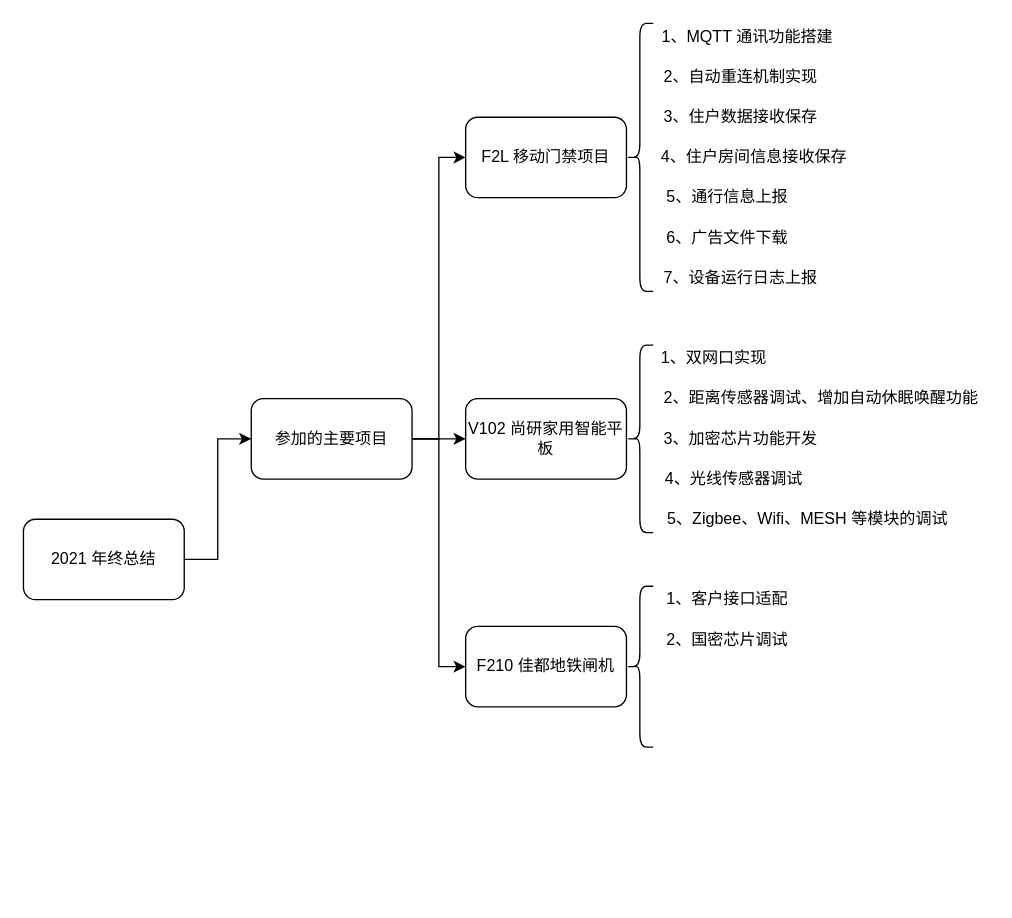
Before: 2021年终总结.drawio in kenllf/UML, a draw.io diagram. Source tidied: cells renumbered, new cells numbered last; positions are measured from the earlier drawing's top-left corner, leaving out a move shared by most shapes. Both pictures are drawn from the tidied source at 134%, with x=0, y=0 at pixel (23, 23).
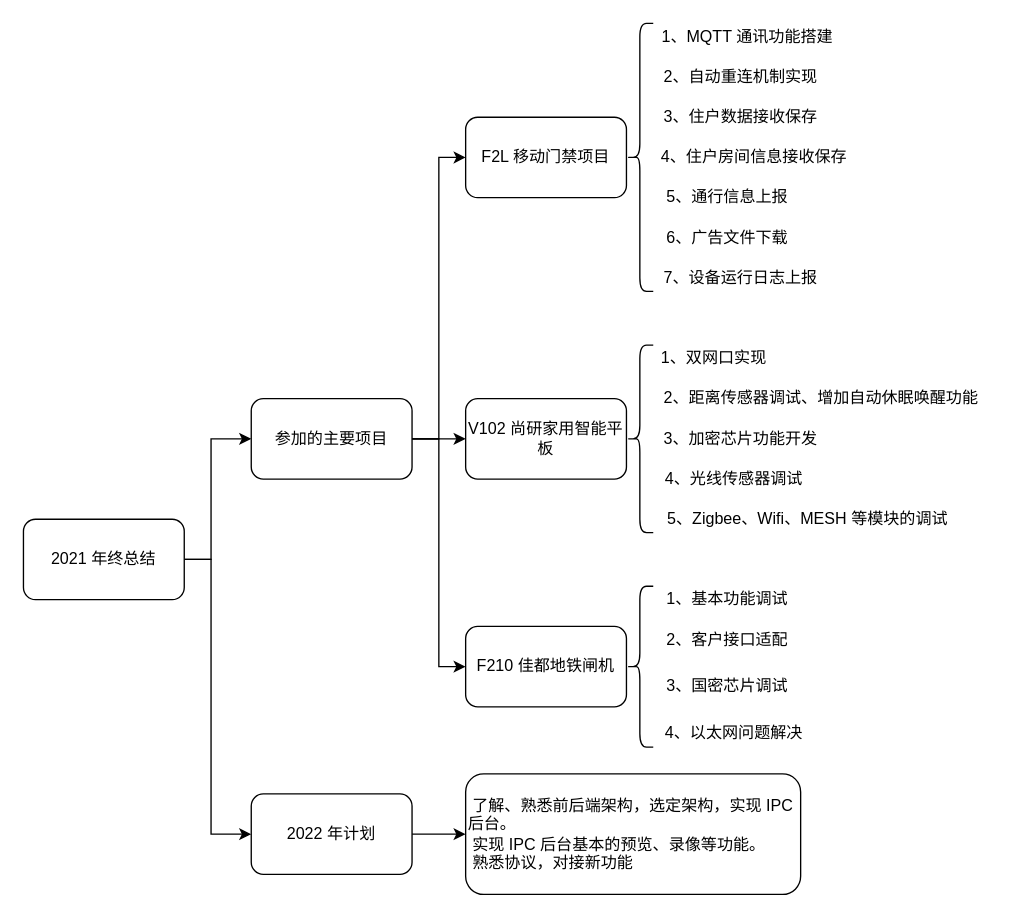
After the change.

The change refers to these unchanged cells:
```xml
<mxCell id="3" value="2021 年终总结" style="rounded=1;whiteSpace=wrap;html=1;" parent="1" vertex="1">
  <mxGeometry y="370" width="120" height="60" as="geometry" />
</mxCell>
<mxCell id="7" value="参加的主要项目" style="rounded=1;whiteSpace=wrap;html=1;" parent="1" vertex="1">
  <mxGeometry x="170" y="280" width="120" height="60" as="geometry" />
</mxCell>
```

What changed in the source:
```diff
@@
-<mxGraphModel>
+<mxGraphModel background="#ffffff">
@@
     <mxCell id="2" style="edgeStyle=orthogonalEdgeStyle;rounded=0;jettySize=auto;html=1;entryX=0;entryY=0.5;entryDx=0;entryDy=0;" parent="1" edge="1" source="3" target="7">
-      <mxGeometry relative="1" as="geometry" />
+      <mxGeometry relative="1" as="geometry">
+        <Array as="points">
+          <mxPoint x="140" y="400" />
+          <mxPoint x="140" y="310" />
+        </Array>
+      </mxGeometry>
     </mxCell>
+    <mxCell id="28" style="edgeStyle=orthogonalEdgeStyle;rounded=0;jettySize=auto;html=1;" parent="1" edge="1" source="3" target="32">
+      <mxGeometry relative="1" as="geometry">
+        <Array as="points">
+          <mxPoint x="140" y="400" />
+          <mxPoint x="140" y="605" />
+        </Array>
+      </mxGeometry>
+    </mxCell>
@@
-    <mxCell id="26" value="1、客户接口适配" style="text;html=1;align=center;verticalAlign=middle;strokeColor=none;fillColor=none;" parent="1" vertex="1">
-      <mxGeometry x="470" y="420" width="110" height="20" as="geometry" />
+    <mxCell id="26" value="2、客户接口适配" style="text;html=1;align=center;verticalAlign=middle;strokeColor=none;fillColor=none;" parent="1" vertex="1">
+      <mxGeometry x="470" y="450" width="110" height="20" as="geometry" />
     </mxCell>
-    <mxCell id="27" value="2、国密芯片调试" style="text;html=1;align=center;verticalAlign=middle;strokeColor=none;fillColor=none;" parent="1" vertex="1">
-      <mxGeometry x="470" y="450" width="110" height="20" as="geometry" />
+    <mxCell id="27" value="3、国密芯片调试" style="text;html=1;align=center;verticalAlign=middle;strokeColor=none;fillColor=none;" parent="1" vertex="1">
+      <mxGeometry x="470" y="485" width="110" height="20" as="geometry" />
     </mxCell>
+    <mxCell id="29" value="1、基本功能调试" style="text;html=1;align=center;verticalAlign=middle;strokeColor=none;fillColor=none;" parent="1" vertex="1">
+      <mxGeometry x="470" y="420" width="110" height="20" as="geometry" />
+    </mxCell>
+    <mxCell id="30" value="4、以太网问题解决" style="text;html=1;align=center;verticalAlign=middle;strokeColor=none;fillColor=none;" parent="1" vertex="1">
+      <mxGeometry x="470" y="520" width="120" height="20" as="geometry" />
+    </mxCell>
+    <mxCell id="31" style="edgeStyle=orthogonalEdgeStyle;rounded=0;jettySize=auto;html=1;" parent="1" edge="1" source="32" target="33">
+      <mxGeometry relative="1" as="geometry" />
+    </mxCell>
+    <mxCell id="32" value="2022 年计划" style="whiteSpace=wrap;html=1;rounded=1;" parent="1" vertex="1">
+      <mxGeometry x="170" y="575" width="120" height="60" as="geometry" />
+    </mxCell>
+    <mxCell id="33" value="&lt;span&gt; &lt;/span&gt;&lt;span style=&quot;white-space: pre&quot;&gt; &lt;/span&gt;了解、熟悉前后端架构，选定架构，实现 IPC 后台。&lt;br&gt;&lt;span style=&quot;white-space: pre&quot;&gt; &lt;/span&gt;实现 IPC 后台基本的预览、录像等功能。&lt;br&gt;&lt;span style=&quot;white-space: pre&quot;&gt; &lt;/span&gt;熟悉协议，对接新功能" style="whiteSpace=wrap;html=1;rounded=1;align=left;" parent="1" vertex="1">
+      <mxGeometry x="330" y="560" width="250" height="90" as="geometry" />
+    </mxCell>
```
